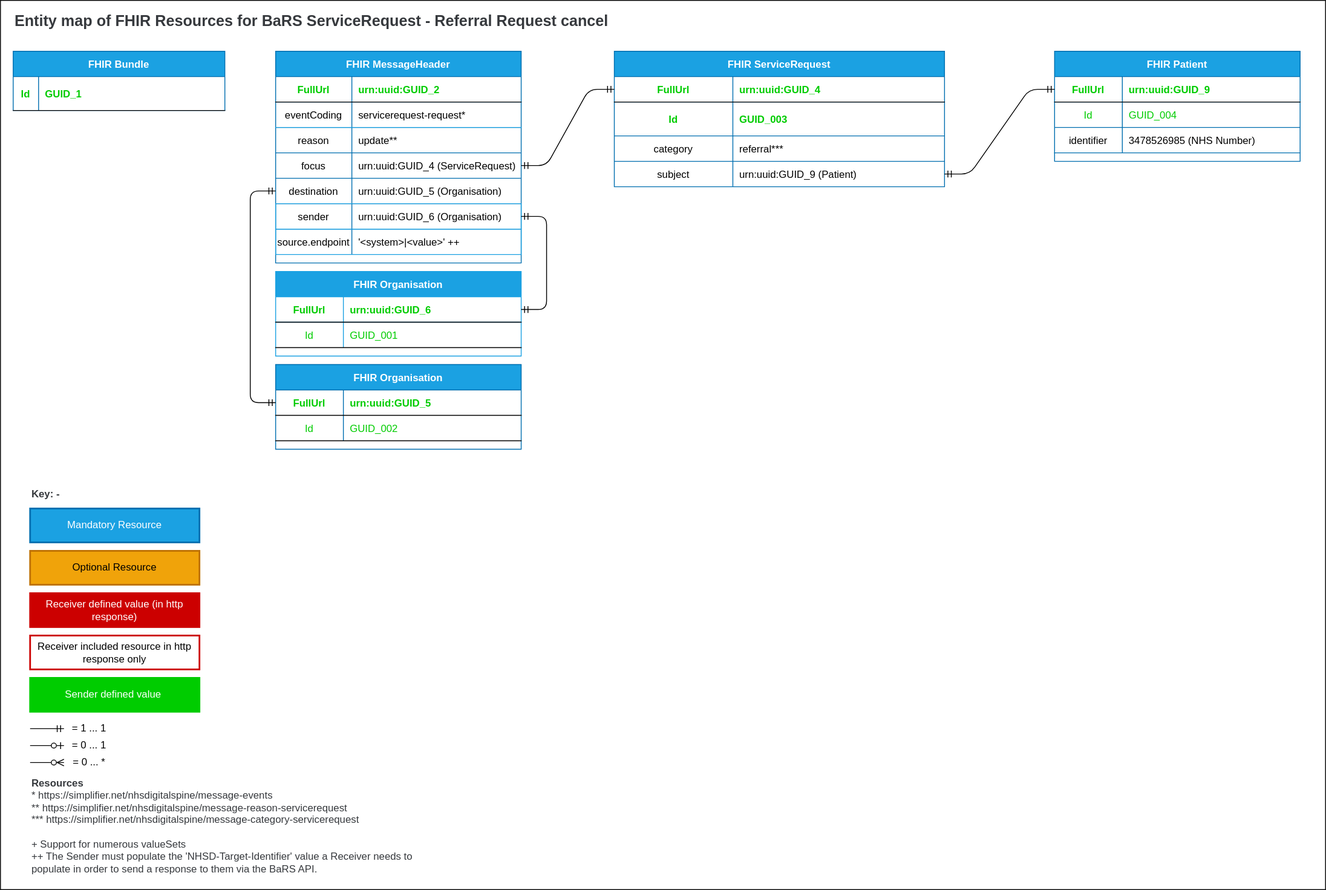
The draw.io diagram src/images/EntityMaps/EntityMap9sToCASCancellationRequest-1.0.0.svg in NHSDigital/booking-and-referral-media, before a commit. Source tidied: cells renumbered, new cells last; positions are measured from the earlier drawing's top-left corner, leaving out a move shared by most shapes.
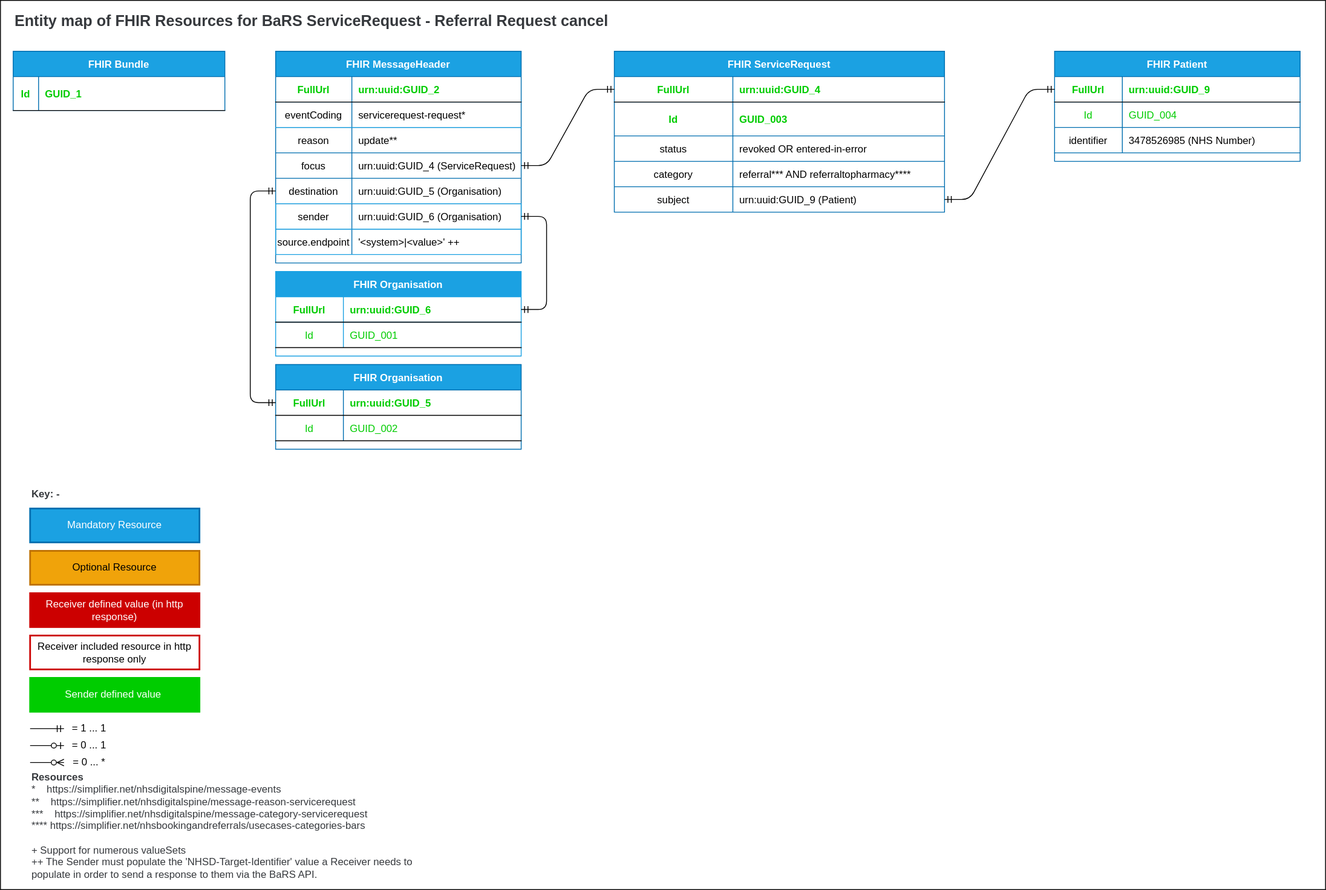
Above is the later version.

Commit message:
9sToCASReferral ERDs Updated

9sToCASReferral ERDs Updated
missing use-case category and added status

The edit, as a diff of the source:
```diff
@@ -126,7 +126,7 @@
       <mxGeometry x="80" width="210" height="30" as="geometry" />
     </mxCell>
     <mxCell id="43" value="FHIR ServiceRequest" style="shape=table;startSize=30;rowLines=1;fontStyle=1;align=center;fillColor=#1ba1e2;strokeColor=#006EAF;fontColor=#ffffff;" parent="1" vertex="1">
-      <mxGeometry x="725" y="60" width="390" height="160" as="geometry" />
+      <mxGeometry x="725" y="60" width="390" height="190" as="geometry" />
     </mxCell>
     <mxCell id="44" style="shape=partialRectangle;fillColor=none;points=[[0,0.5],[1,0.5]];portConstraint=eastwest;top=0;left=0;right=0;bottom=1;" parent="43" vertex="1">
       <mxGeometry y="30" width="390" height="30" as="geometry" />
@@ -146,17 +146,26 @@
     <mxCell id="49" value="GUID_003" style="shape=partialRectangle;overflow=hidden;fillColor=none;top=0;left=0;bottom=0;right=0;align=left;spacingLeft=6;fontColor=#00CC00;fontStyle=1;" parent="47" vertex="1">
       <mxGeometry x="140" width="250" height="40" as="geometry" />
     </mxCell>
+    <mxCell id="85" style="shape=partialRectangle;fillColor=none;top=0;left=0;right=0;bottom=0;perimeterSpacing=1;" parent="43" vertex="1">
+      <mxGeometry y="100" width="390" height="30" as="geometry" />
+    </mxCell>
+    <mxCell id="86" value="status" style="shape=partialRectangle;overflow=hidden;fillColor=none;top=0;left=0;bottom=0;right=0;" parent="85" vertex="1">
+      <mxGeometry width="140" height="30" as="geometry" />
+    </mxCell>
+    <mxCell id="87" value="revoked OR entered-in-error" style="shape=partialRectangle;overflow=hidden;fillColor=none;top=0;left=0;bottom=0;right=0;align=left;spacingLeft=6;" parent="85" vertex="1">
+      <mxGeometry x="140" width="250" height="30" as="geometry" />
+    </mxCell>
     <mxCell id="50" style="shape=partialRectangle;fillColor=none;top=0;left=0;right=0;bottom=0;perimeterSpacing=1;" parent="43" vertex="1">
-      <mxGeometry y="100" width="390" height="30" as="geometry" />
+      <mxGeometry y="130" width="390" height="30" as="geometry" />
     </mxCell>
     <mxCell id="51" value="category" style="shape=partialRectangle;overflow=hidden;fillColor=none;top=0;left=0;bottom=0;right=0;" parent="50" vertex="1">
       <mxGeometry width="140" height="30" as="geometry" />
     </mxCell>
-    <mxCell id="52" value="referral***" style="shape=partialRectangle;overflow=hidden;fillColor=none;top=0;left=0;bottom=0;right=0;align=left;spacingLeft=6;" parent="50" vertex="1">
+    <mxCell id="52" value="referral*** AND referraltopharmacy****" style="shape=partialRectangle;overflow=hidden;fillColor=none;top=0;left=0;bottom=0;right=0;align=left;spacingLeft=6;" parent="50" vertex="1">
       <mxGeometry x="140" width="250" height="30" as="geometry" />
     </mxCell>
     <mxCell id="53" style="shape=partialRectangle;fillColor=none;points=[[0,0.5],[1,0.5]];portConstraint=eastwest;top=0;left=0;right=0;bottom=0;" parent="43" vertex="1">
-      <mxGeometry y="130" width="390" height="30" as="geometry" />
+      <mxGeometry y="160" width="390" height="30" as="geometry" />
     </mxCell>
     <mxCell id="54" value="subject" style="shape=partialRectangle;overflow=hidden;fillColor=none;top=0;left=0;bottom=0;right=0;" parent="53" vertex="1">
       <mxGeometry width="140" height="30" as="geometry" />
@@ -223,7 +232,7 @@
     <mxCell id="73" value="Optional Resource" style="rounded=0;whiteSpace=wrap;html=1;fontColor=#000000;strokeColor=#BD7000;strokeWidth=2;fillColor=#f0a30a;" parent="1" vertex="1">
       <mxGeometry x="35" y="650" width="200" height="40" as="geometry" />
     </mxCell>
-    <mxCell id="74" value="&lt;font color=&quot;#36393d&quot;&gt;&lt;b&gt;Resources&lt;br&gt;&lt;/b&gt;&lt;div&gt;*&lt;span&gt;&#9;&lt;/span&gt;https://simplifier.net/nhsdigitalspine/message-events&lt;/div&gt;&lt;div&gt;**&lt;span&gt;&#9;&lt;/span&gt;https://simplifier.net/nhsdigitalspine/message-reason-servicerequest&lt;/div&gt;&lt;div&gt;***&lt;span&gt;&#9;&lt;/span&gt;https://simplifier.net/nhsdigitalspine/message-category-servicerequest&lt;/div&gt;&lt;div&gt;&lt;br&gt;&lt;/div&gt;+ Support for numerous valueSets&lt;br&gt;&lt;span style=&quot;font-size: 12px&quot;&gt;++ The Sender must populate the 'NHSD-Target-Identifier' value a Receiver needs to populate in order to send a response to them via the BaRS API.&lt;/span&gt;&lt;br&gt;&lt;/font&gt;" style="text;html=1;strokeColor=none;fillColor=none;align=left;verticalAlign=middle;whiteSpace=wrap;rounded=0;fontColor=#FFFFFF;" parent="1" vertex="1">
+    <mxCell id="74" value="&lt;font color=&quot;#36393d&quot;&gt;&lt;b&gt;Resources&lt;br&gt;&lt;/b&gt;&lt;div&gt;*&lt;span&gt;&lt;span style=&quot;white-space: pre;&quot;&gt;&amp;nbsp;&amp;nbsp;&amp;nbsp;&amp;nbsp;&lt;/span&gt;&lt;/span&gt;https://simplifier.net/nhsdigitalspine/message-events&lt;/div&gt;&lt;div&gt;**&lt;span&gt;&lt;span style=&quot;white-space: pre;&quot;&gt;&amp;nbsp;&amp;nbsp;&amp;nbsp;&amp;nbsp;&lt;/span&gt;&lt;/span&gt;https://simplifier.net/nhsdigitalspine/message-reason-servicerequest&lt;/div&gt;&lt;div&gt;***&lt;span&gt;&lt;span style=&quot;white-space: pre;&quot;&gt;&amp;nbsp;&amp;nbsp;&amp;nbsp;&amp;nbsp;&lt;/span&gt;&lt;/span&gt;https://simplifier.net/nhsdigitalspine/message-category-servicerequest&lt;/div&gt;&lt;div&gt;**** https://simplifier.net/nhsbookingandreferrals/usecases-categories-bars&lt;/div&gt;&lt;div&gt;&lt;br&gt;&lt;/div&gt;+ Support for numerous valueSets&lt;br&gt;&lt;span style=&quot;font-size: 12px&quot;&gt;++ The Sender must populate the 'NHSD-Target-Identifier' value a Receiver needs to populate in order to send a response to them via the BaRS API.&lt;/span&gt;&lt;br&gt;&lt;/font&gt;" style="text;html=1;strokeColor=none;fillColor=none;align=left;verticalAlign=middle;whiteSpace=wrap;rounded=0;fontColor=#FFFFFF;" parent="1" vertex="1">
       <mxGeometry x="35" y="940" width="500" height="70" as="geometry" />
     </mxCell>
     <mxCell id="75" value="Text" style="text;html=1;strokeColor=none;fillColor=none;align=center;verticalAlign=middle;whiteSpace=wrap;rounded=0;fontColor=#FFFFFF;" parent="1" vertex="1">
```
